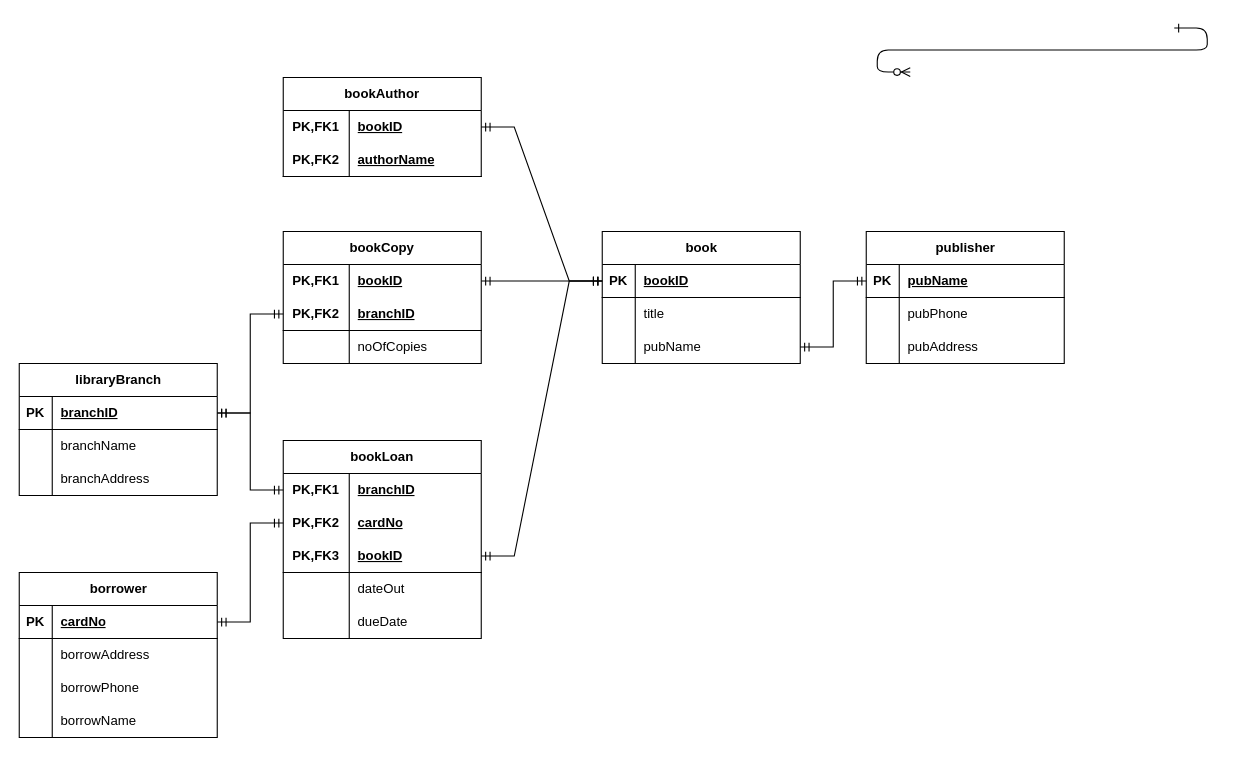
Earlier version of the draw.io diagram Revision.drawio (Cowsox/Cowsox). Source tidied: cells renumbered, new cells numbered last; positions are measured from the earlier drawing's top-left corner, leaving out a move shared by most shapes. Both pictures are drawn from the tidied source at 110%, with x=0, y=0 at pixel (19, 28).
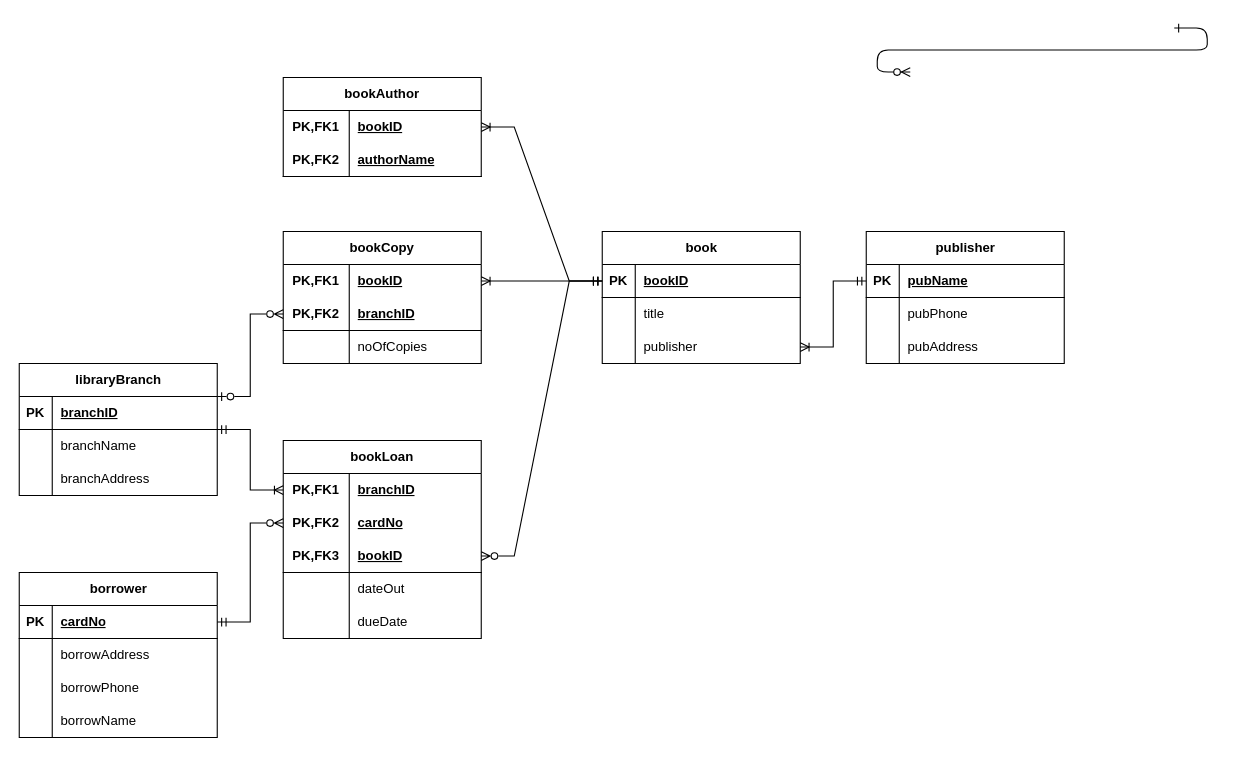
After the change.

The change refers to these unchanged cells:
```xml
<mxCell id="4" style="shape=tableRow;horizontal=0;startSize=0;swimlaneHead=0;swimlaneBody=0;fillColor=none;points=[[0,0.5],[1,0.5]];portConstraint=eastwest;top=0;left=0;right=0;bottom=1;" parent="3" vertex="1">
  <mxGeometry y="30" width="180" height="30" as="geometry" />
</mxCell>
<mxCell id="10" style="shape=tableRow;horizontal=0;startSize=0;swimlaneHead=0;swimlaneBody=0;fillColor=none;points=[[0,0.5],[1,0.5]];portConstraint=eastwest;top=0;left=0;right=0;bottom=0;" parent="3" vertex="1">
  <mxGeometry y="90" width="180" height="30" as="geometry" />
</mxCell>
<mxCell id="14" style="shape=tableRow;horizontal=0;startSize=0;swimlaneHead=0;swimlaneBody=0;fillColor=none;points=[[0,0.5],[1,0.5]];portConstraint=eastwest;top=0;left=0;right=0;bottom=1;" parent="13" vertex="1">
  <mxGeometry y="30" width="180" height="30" as="geometry" />
</mxCell>
<mxCell id="27" style="shape=tableRow;horizontal=0;startSize=0;swimlaneHead=0;swimlaneBody=0;fillColor=none;points=[[0,0.5],[1,0.5]];portConstraint=eastwest;top=0;left=0;right=0;bottom=1;" parent="26" vertex="1">
  <mxGeometry y="30" width="180" height="30" as="geometry" />
</mxCell>
<mxCell id="37" style="shape=tableRow;horizontal=0;startSize=0;swimlaneHead=0;swimlaneBody=0;fillColor=none;points=[[0,0.5],[1,0.5]];portConstraint=eastwest;top=0;left=0;right=0;bottom=0;html=1;" parent="36" vertex="1">
  <mxGeometry y="30" width="180" height="30" as="geometry" />
</mxCell>
<mxCell id="40" style="shape=tableRow;horizontal=0;startSize=0;swimlaneHead=0;swimlaneBody=0;fillColor=none;points=[[0,0.5],[1,0.5]];portConstraint=eastwest;top=0;left=0;right=0;bottom=0;html=1;" parent="36" vertex="1">
  <mxGeometry y="60" width="180" height="30" as="geometry" />
</mxCell>
<mxCell id="43" style="shape=tableRow;horizontal=0;startSize=0;swimlaneHead=0;swimlaneBody=0;fillColor=none;points=[[0,0.5],[1,0.5]];portConstraint=eastwest;top=0;left=0;right=0;bottom=1;html=1;" parent="36" vertex="1">
  <mxGeometry y="90" width="180" height="30" as="geometry" />
</mxCell>
<mxCell id="53" style="shape=tableRow;horizontal=0;startSize=0;swimlaneHead=0;swimlaneBody=0;fillColor=none;points=[[0,0.5],[1,0.5]];portConstraint=eastwest;top=0;left=0;right=0;bottom=0;html=1;" parent="52" vertex="1">
  <mxGeometry y="30" width="180" height="30" as="geometry" />
</mxCell>
<mxCell id="56" style="shape=tableRow;horizontal=0;startSize=0;swimlaneHead=0;swimlaneBody=0;fillColor=none;points=[[0,0.5],[1,0.5]];portConstraint=eastwest;top=0;left=0;right=0;bottom=1;html=1;" parent="52" vertex="1">
  <mxGeometry y="60" width="180" height="30" as="geometry" />
</mxCell>
<mxCell id="63" style="shape=tableRow;horizontal=0;startSize=0;swimlaneHead=0;swimlaneBody=0;fillColor=none;points=[[0,0.5],[1,0.5]];portConstraint=eastwest;top=0;left=0;right=0;bottom=0;html=1;" parent="62" vertex="1">
  <mxGeometry y="30" width="180" height="30" as="geometry" />
</mxCell>
<mxCell id="69" value="libraryBranch" style="shape=table;startSize=30;childLayout=tableLayout;rowLines=0;fontStyle=1;align=center;html=1;" parent="1" vertex="1">
  <mxGeometry y="305" width="180" height="120" as="geometry" />
</mxCell>
<mxCell id="70" style="shape=tableRow;horizontal=0;startSize=0;swimlaneHead=0;swimlaneBody=0;fillColor=none;points=[[0,0.5],[1,0.5]];portConstraint=eastwest;top=0;left=0;right=0;bottom=1;" parent="69" vertex="1">
  <mxGeometry y="30" width="180" height="30" as="geometry" />
</mxCell>
```

Diff of the diagram source:
```diff
@@
-    <mxCell id="12" value="pubName" style="shape=partialRectangle;fillColor=none;top=0;left=0;bottom=0;right=0;align=left;spacingLeft=6;overflow=hidden;whiteSpace=wrap;html=1;" parent="10" vertex="1">
+    <mxCell id="12" value="publisher" style="shape=partialRectangle;fillColor=none;top=0;left=0;bottom=0;right=0;align=left;spacingLeft=6;overflow=hidden;whiteSpace=wrap;html=1;" parent="10" vertex="1">
       <mxGeometry x="30" width="150" height="30" as="geometry" />
     </mxCell>
@@
-    <mxCell id="79" style="edgeStyle=entityRelationEdgeStyle;fontSize=12;html=1;endArrow=ERmandOne;startArrow=ERmandOne;rounded=0;" parent="1" edge="1" source="4" target="63">
+    <mxCell id="79" style="edgeStyle=entityRelationEdgeStyle;fontSize=12;html=1;endArrow=ERoneToMany;startArrow=ERmandOne;rounded=0;endFill=0;" parent="1" edge="1" source="4" target="63">
       <mxGeometry relative="1" as="geometry" />
     </mxCell>
-    <mxCell id="80" style="edgeStyle=entityRelationEdgeStyle;fontSize=12;html=1;endArrow=ERmandOne;startArrow=ERmandOne;rounded=0;" parent="1" edge="1" source="27" target="10">
+    <mxCell id="80" style="edgeStyle=entityRelationEdgeStyle;fontSize=12;html=1;endArrow=ERoneToMany;startArrow=ERmandOne;rounded=0;endFill=0;" parent="1" edge="1" source="27" target="10">
       <mxGeometry relative="1" as="geometry" />
     </mxCell>
-    <mxCell id="81" style="edgeStyle=entityRelationEdgeStyle;fontSize=12;html=1;endArrow=ERmandOne;startArrow=ERmandOne;rounded=0;" parent="1" edge="1" source="70" target="56">
+    <mxCell id="81" style="edgeStyle=entityRelationEdgeStyle;fontSize=12;html=1;endArrow=ERzeroToMany;startArrow=ERzeroToOne;rounded=0;endFill=0;startFill=0;exitX=1;exitY=0.25;exitDx=0;exitDy=0;" parent="1" edge="1" source="69" target="56">
       <mxGeometry relative="1" as="geometry" />
     </mxCell>
-    <mxCell id="82" style="edgeStyle=entityRelationEdgeStyle;fontSize=12;html=1;endArrow=ERmandOne;startArrow=ERmandOne;rounded=0;" parent="1" edge="1" source="70" target="37">
+    <mxCell id="82" style="edgeStyle=entityRelationEdgeStyle;fontSize=12;html=1;endArrow=ERoneToMany;startArrow=ERmandOne;rounded=0;endFill=0;exitX=1;exitY=0.5;exitDx=0;exitDy=0;" parent="1" edge="1" source="69" target="37">
       <mxGeometry relative="1" as="geometry" />
     </mxCell>
-    <mxCell id="83" style="edgeStyle=entityRelationEdgeStyle;fontSize=12;html=1;endArrow=ERmandOne;startArrow=ERmandOne;rounded=0;" parent="1" edge="1" source="14" target="40">
+    <mxCell id="83" style="edgeStyle=entityRelationEdgeStyle;fontSize=12;html=1;endArrow=ERzeroToMany;startArrow=ERmandOne;rounded=0;endFill=0;" parent="1" edge="1" source="14" target="40">
       <mxGeometry relative="1" as="geometry" />
     </mxCell>
-    <mxCell id="84" style="edgeStyle=entityRelationEdgeStyle;fontSize=12;html=1;endArrow=ERmandOne;startArrow=ERmandOne;rounded=0;" parent="1" edge="1" source="43" target="4">
+    <mxCell id="84" style="edgeStyle=entityRelationEdgeStyle;fontSize=12;html=1;endArrow=ERmandOne;startArrow=ERzeroToMany;rounded=0;startFill=0;" parent="1" edge="1" source="43" target="4">
       <mxGeometry relative="1" as="geometry" />
     </mxCell>
-    <mxCell id="85" style="edgeStyle=entityRelationEdgeStyle;fontSize=12;html=1;endArrow=ERmandOne;startArrow=ERmandOne;rounded=0;" parent="1" edge="1" source="53" target="4">
+    <mxCell id="85" style="edgeStyle=entityRelationEdgeStyle;fontSize=12;html=1;endArrow=ERmandOne;startArrow=ERoneToMany;rounded=0;startFill=0;" parent="1" edge="1" source="53" target="4">
       <mxGeometry relative="1" as="geometry" />
     </mxCell>
```
